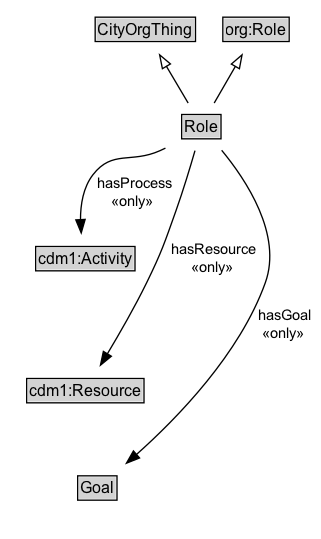
Earlier version of the Graphviz export docs/diagrams/Role.dot.png (ISO-TC204/ontology-cdm-p2-v1). Its source is kept beside it as docs/diagrams/Role.dot. The source it was exported from:
```dot
digraph {
	graph [overlap=false rankdir=TB splines=true]
	node [fontname=Arial fontsize=12 margin=0 shape=none]
	edge [fontname=Arial fontsize=11]
	{
		rank=max
		Role [label=<<TABLE BORDER="1" CELLBORDER="0" CELLSPACING="0" CELLPADDING="1"><TR><TD BGCOLOR="lightgray" ALIGN="CENTER" PORT="e">Role</TD></TR></TABLE>> URL="../Role.md" margin=0]
	}
	subgraph cluster_associated {
		label="" style=invis
		Invis [label=<<TABLE BORDER="0" CELLBORDER="0" CELLSPACING="0" CELLPADDING="1"><TR><TD></TD></TR></TABLE>> margin=0 style=invis]
		cdm1_Activity [label=<<TABLE BORDER="1" CELLBORDER="0" CELLSPACING="0" CELLPADDING="1"><TR><TD BGCOLOR="lightgray" ALIGN="CENTER">cdm1:Activity</TD></TR></TABLE>> margin=0]
		cdm1_Resource [label=<<TABLE BORDER="1" CELLBORDER="0" CELLSPACING="0" CELLPADDING="1"><TR><TD BGCOLOR="lightgray" ALIGN="CENTER">cdm1:Resource</TD></TR></TABLE>> margin=0]
		Goal [label=<<TABLE BORDER="1" CELLBORDER="0" CELLSPACING="0" CELLPADDING="1"><TR><TD BGCOLOR="lightgray" ALIGN="CENTER">Goal</TD></TR></TABLE>> URL="../Goal.md" margin=0]
	}
	CityOrgThing [label=<<TABLE BORDER="1" CELLBORDER="0" CELLSPACING="0" CELLPADDING="1"><TR><TD BGCOLOR="lightgray" ALIGN="CENTER">CityOrgThing</TD></TR></TABLE>> URL="../CityOrgThing.md" margin=0]
	Role -> CityOrgThing [arrowhead=onormal style=solid]
	org_Role [label=<<TABLE BORDER="1" CELLBORDER="0" CELLSPACING="0" CELLPADDING="1"><TR><TD BGCOLOR="lightgray" ALIGN="CENTER">org:Role</TD></TR></TABLE>> margin=0]
	Role -> org_Role [arrowhead=onormal style=solid]
	Role -> Invis [style=invis]
	Invis -> cdm1_Activity [style=invis]
	cdm1_Activity -> cdm1_Resource [style=invis]
	cdm1_Resource -> Goal [style=invis]
	Role -> Goal [label=" hasGoal
 «only»  " arrowhead=normal style=solid]
	Role -> cdm1_Activity [label=" hasProcess
 «only»  " arrowhead=normal style=solid]
	Role -> cdm1_Resource [label=" hasResource
 «only»  " arrowhead=normal style=solid]
}
```
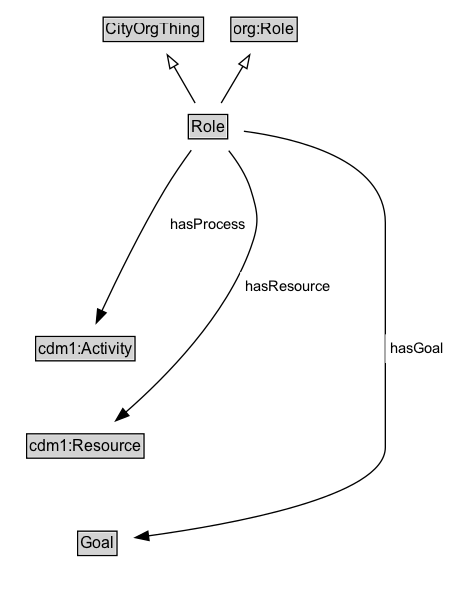
After the commit.

The edit, as a diff of the source:
```diff
@@ -3,28 +3,31 @@
 	node [fontname=Arial fontsize=12 margin=0 shape=none]
 	edge [fontname=Arial fontsize=11]
 	{
+		rank=source
+		CityOrgThing [label=<<TABLE BORDER="1" CELLBORDER="0" CELLSPACING="0" CELLPADDING="1"><TR><TD BGCOLOR="lightgray" ALIGN="CENTER">CityOrgThing</TD></TR></TABLE>> URL="../CityOrgThing" margin=0]
+		org_Role [label=<<TABLE BORDER="1" CELLBORDER="0" CELLSPACING="0" CELLPADDING="1"><TR><TD BGCOLOR="lightgray" ALIGN="CENTER">org:Role</TD></TR></TABLE>> URL="https://w3id.org/citydata/imported/org/latest/Role" margin=0]
+	}
+	Role [label=<<TABLE BORDER="1" CELLBORDER="0" CELLSPACING="0" CELLPADDING="1"><TR><TD BGCOLOR="lightgray" ALIGN="CENTER">Role</TD></TR></TABLE>> URL="../Role" margin=0]
+	{
 		rank=max
-		Role [label=<<TABLE BORDER="1" CELLBORDER="0" CELLSPACING="0" CELLPADDING="1"><TR><TD BGCOLOR="lightgray" ALIGN="CENTER" PORT="e">Role</TD></TR></TABLE>> URL="../Role.md" margin=0]
 	}
 	subgraph cluster_associated {
 		label="" style=invis
 		Invis [label=<<TABLE BORDER="0" CELLBORDER="0" CELLSPACING="0" CELLPADDING="1"><TR><TD></TD></TR></TABLE>> margin=0 style=invis]
-		cdm1_Activity [label=<<TABLE BORDER="1" CELLBORDER="0" CELLSPACING="0" CELLPADDING="1"><TR><TD BGCOLOR="lightgray" ALIGN="CENTER">cdm1:Activity</TD></TR></TABLE>> margin=0]
-		cdm1_Resource [label=<<TABLE BORDER="1" CELLBORDER="0" CELLSPACING="0" CELLPADDING="1"><TR><TD BGCOLOR="lightgray" ALIGN="CENTER">cdm1:Resource</TD></TR></TABLE>> margin=0]
-		Goal [label=<<TABLE BORDER="1" CELLBORDER="0" CELLSPACING="0" CELLPADDING="1"><TR><TD BGCOLOR="lightgray" ALIGN="CENTER">Goal</TD></TR></TABLE>> URL="../Goal.md" margin=0]
+		cdm1_Activity [label=<<TABLE BORDER="1" CELLBORDER="0" CELLSPACING="0" CELLPADDING="1"><TR><TD BGCOLOR="lightgray" ALIGN="CENTER">cdm1:Activity</TD></TR></TABLE>> URL="https://w3id.org/citydata/part1/v1/Activity" margin=0]
+		cdm1_Resource [label=<<TABLE BORDER="1" CELLBORDER="0" CELLSPACING="0" CELLPADDING="1"><TR><TD BGCOLOR="lightgray" ALIGN="CENTER">cdm1:Resource</TD></TR></TABLE>> URL="https://w3id.org/citydata/part1/v1/Resource" margin=0]
+		Goal [label=<<TABLE BORDER="1" CELLBORDER="0" CELLSPACING="0" CELLPADDING="1"><TR><TD BGCOLOR="lightgray" ALIGN="CENTER">Goal</TD></TR></TABLE>> URL="../Goal" margin=0]
 	}
-	CityOrgThing [label=<<TABLE BORDER="1" CELLBORDER="0" CELLSPACING="0" CELLPADDING="1"><TR><TD BGCOLOR="lightgray" ALIGN="CENTER">CityOrgThing</TD></TR></TABLE>> URL="../CityOrgThing.md" margin=0]
 	Role -> CityOrgThing [arrowhead=onormal style=solid]
-	org_Role [label=<<TABLE BORDER="1" CELLBORDER="0" CELLSPACING="0" CELLPADDING="1"><TR><TD BGCOLOR="lightgray" ALIGN="CENTER">org:Role</TD></TR></TABLE>> margin=0]
 	Role -> org_Role [arrowhead=onormal style=solid]
 	Role -> Invis [style=invis]
 	Invis -> cdm1_Activity [style=invis]
 	cdm1_Activity -> cdm1_Resource [style=invis]
 	cdm1_Resource -> Goal [style=invis]
-	Role -> Goal [label=" hasGoal
- «only»  " arrowhead=normal style=solid]
-	Role -> cdm1_Activity [label=" hasProcess
- «only»  " arrowhead=normal style=solid]
-	Role -> cdm1_Resource [label=" hasResource
- «only»  " arrowhead=normal style=solid]
+	cdm1_Activity [label=<<TABLE BORDER="1" CELLBORDER="0" CELLSPACING="0" CELLPADDING="1"><TR><TD BGCOLOR="lightgray" ALIGN="CENTER">cdm1:Activity</TD></TR></TABLE>> URL="https://w3id.org/citydata/part1/v1/Activity" margin=0]
+	Role -> cdm1_Activity [label=<<TABLE BORDER="0" CELLBORDER="0" CELLSPACING="0" CELLPADDING="4" BGCOLOR="white"><TR><TD ALIGN="CENTER">hasProcess</TD></TR></TABLE>> arrowhead=normal style=solid]
+	Goal [label=<<TABLE BORDER="1" CELLBORDER="0" CELLSPACING="0" CELLPADDING="1"><TR><TD BGCOLOR="lightgray" ALIGN="CENTER">Goal</TD></TR></TABLE>> URL="../Goal" margin=0]
+	Role -> Goal [label=<<TABLE BORDER="0" CELLBORDER="0" CELLSPACING="0" CELLPADDING="4" BGCOLOR="white"><TR><TD ALIGN="CENTER">hasGoal</TD></TR></TABLE>> arrowhead=normal style=solid]
+	cdm1_Resource [label=<<TABLE BORDER="1" CELLBORDER="0" CELLSPACING="0" CELLPADDING="1"><TR><TD BGCOLOR="lightgray" ALIGN="CENTER">cdm1:Resource</TD></TR></TABLE>> URL="https://w3id.org/citydata/part1/v1/Resource" margin=0]
+	Role -> cdm1_Resource [label=<<TABLE BORDER="0" CELLBORDER="0" CELLSPACING="0" CELLPADDING="4" BGCOLOR="white"><TR><TD ALIGN="CENTER">hasResource</TD></TR></TABLE>> arrowhead=normal style=solid]
 }
```
